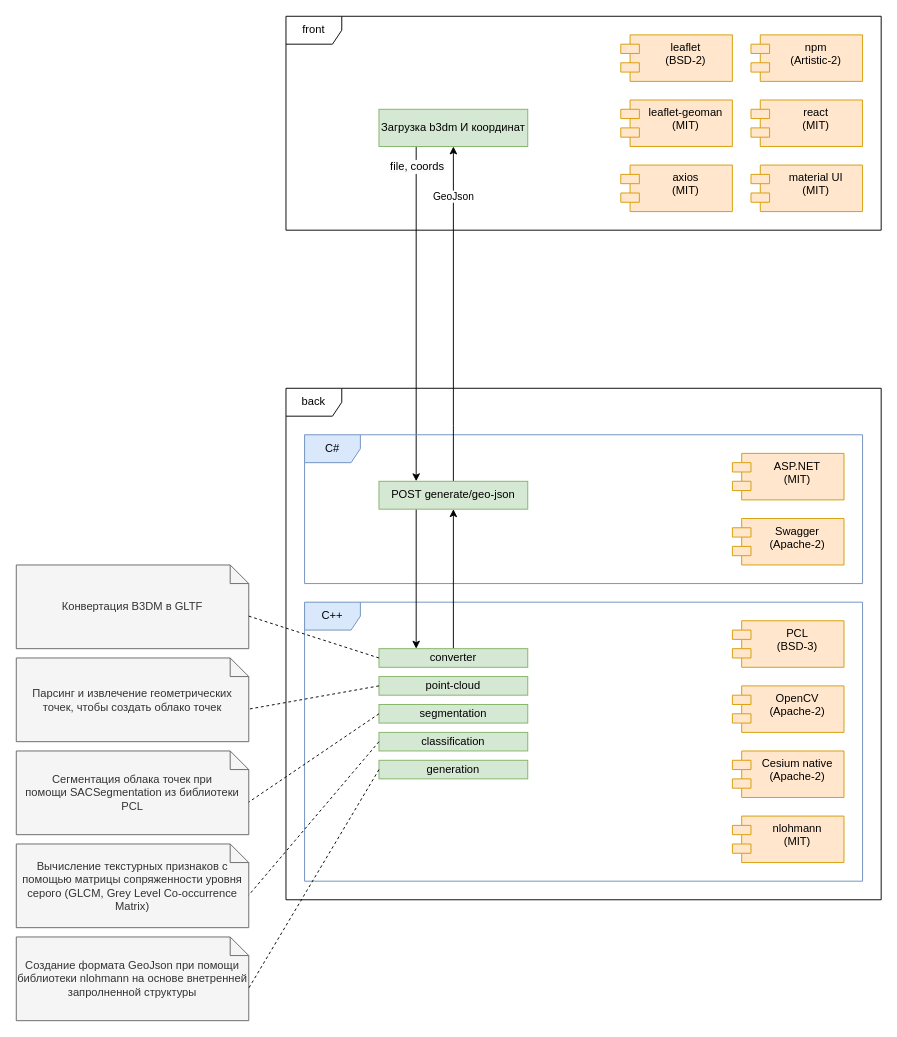
Earlier version of the draw.io diagram geozilla-scheme.drawio (Nikolay961996/geozilla). Source tidied: cells renumbered, new cells numbered last; positions are measured from the earlier drawing's top-left corner, leaving out a move shared by most shapes. Both pictures are drawn from the tidied source at 93%, with x=0, y=0 at pixel (16, 16).
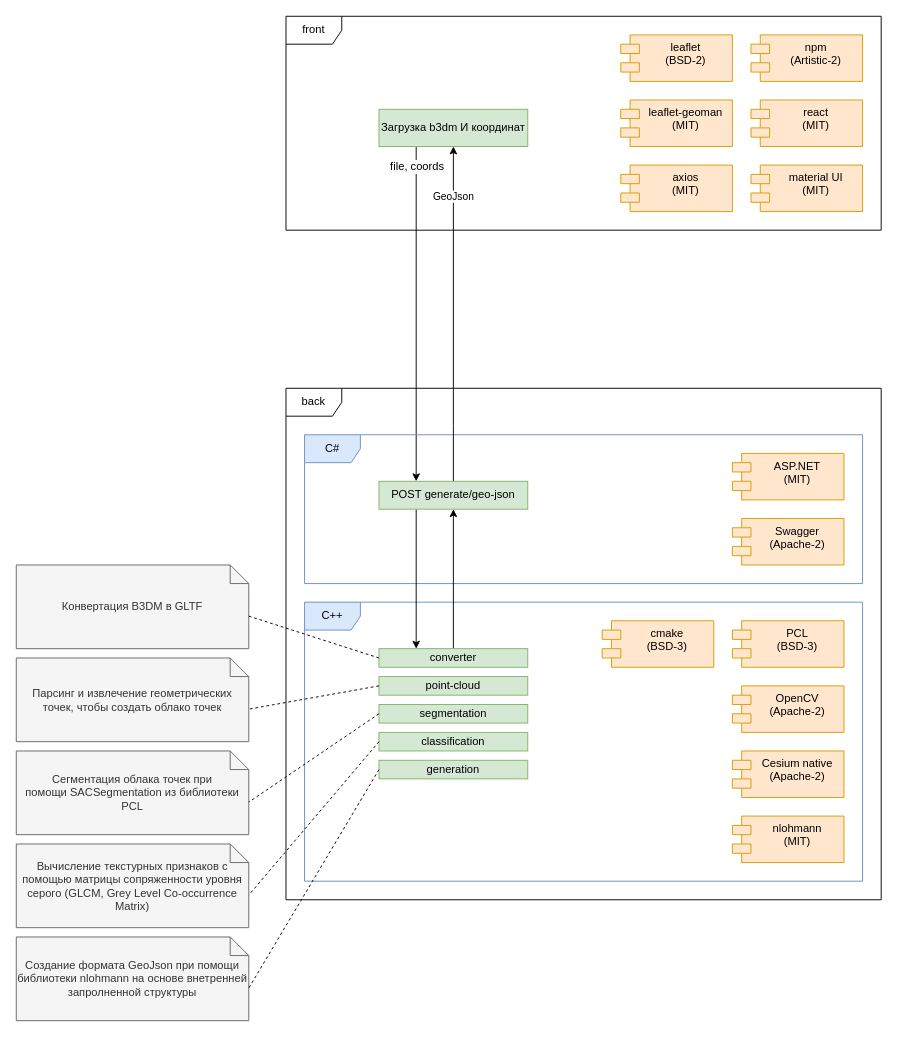
The same page after the edit.

Change to the diagram source:
```diff
@@
+    <mxCell id="40" value="cmake&lt;br&gt;(BSD-3)" style="shape=module;align=left;spacingLeft=20;align=center;verticalAlign=top;whiteSpace=wrap;html=1;fillColor=#ffe6cc;strokeColor=#d79b00;" parent="1" vertex="1">
+      <mxGeometry x="630" y="650" width="120" height="50" as="geometry" />
+    </mxCell>
```
